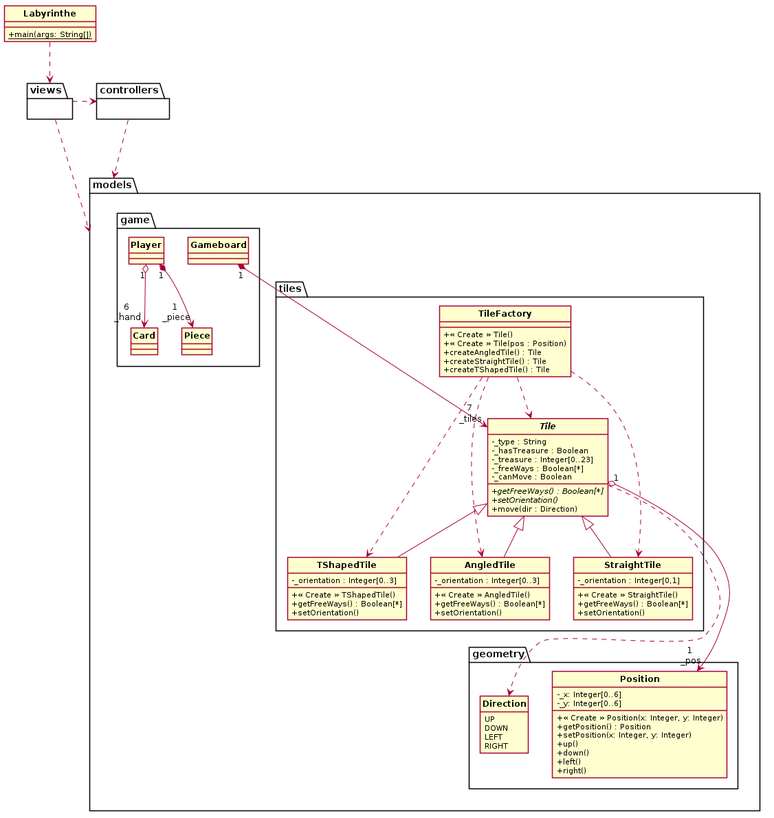
The PlantUML diagram uml/Labyrinthe.png in ElenaFri/labyrinthe, before a commit. Its source is kept beside it as uml/labyrinthe.puml.
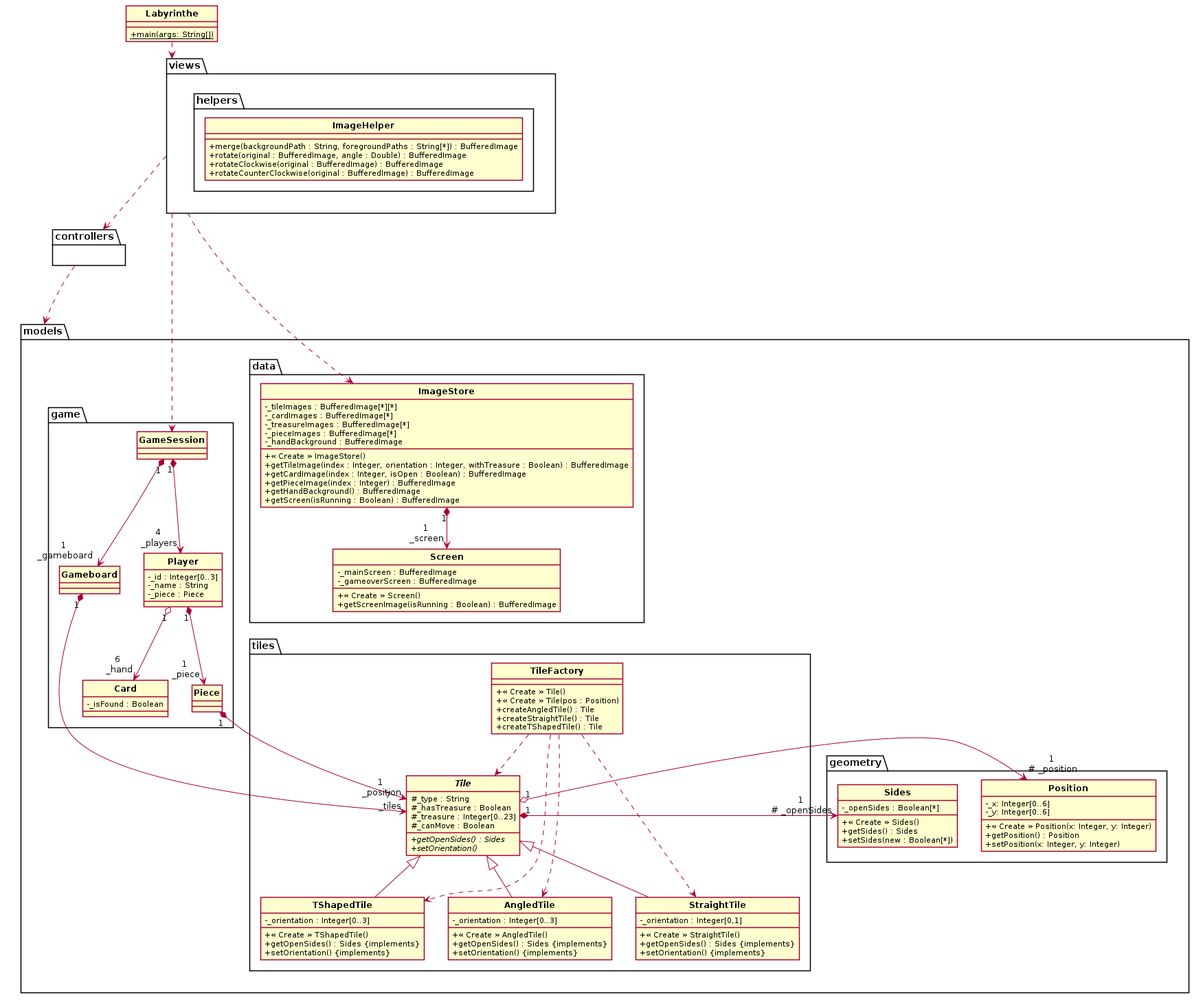
Above is the later version.

Commit message:
Nettoyé 'tiles' et 'geometry', reporté 'helpers', ajouté 'data', commentaires multiples

Change to the diagram source:
```diff
@@ -12,7 +12,14 @@
 
 package views
 {
-
+	package helpers {
+		class ImageHelper {
+			+ merge(backgroundPath : String, foregroundPaths : String[*]) : BufferedImage
+			+ rotate(original : BufferedImage, angle : Double) : BufferedImage
+			+ rotateClockwise(original : BufferedImage) : BufferedImage
+			+ rotateCounterClockwise(original : BufferedImage) : BufferedImage
+		}
+	}
 }
 
 package controllers
@@ -32,41 +39,39 @@
 		}
 
 		abstract class Tile {
-			- _type : String
-			- _hasTreasure : Boolean
-			- _treasure : Integer[0..23]
-			- _freeWays : Boolean[*]
-			- _canMove : Boolean
-			+ {abstract}getFreeWays() : Boolean[*]
+			# _type : String
+			# _hasTreasure : Boolean
+			# _treasure : Integer[0..23]
+			# _canMove : Boolean
+			+ {abstract}getOpenSides() : Sides
 			+ {abstract}setOrientation()
-			+ move(dir : Direction)
 		}
 		class AngledTile extends Tile {
 			- _orientation : Integer[0..3]
 			+ « Create » AngledTile()
-			+ getFreeWays() : Boolean[*]
-			+ setOrientation()
+			+ getOpenSides() : Sides {implements}
+			+ setOrientation() {implements}
 		}
 		class StraightTile extends Tile {
 			- _orientation : Integer[0,1]
 			+ « Create » StraightTile()
-			+ getFreeWays() : Boolean[*]
-			+ setOrientation()
+			+ getOpenSides() : Sides {implements}
+			+ setOrientation() {implements}
 		}
 		class TShapedTile extends Tile {
 			- _orientation : Integer[0..3]
 			+ « Create » TShapedTile()
-			+ getFreeWays() : Boolean[*]
-			+ setOrientation()
+			+ getOpenSides() : Sides {implements}
+			+ setOrientation() {implements}
 		}
 	}
 
 	package geometry {
-		enum Direction {
-			UP
-			DOWN
-			LEFT
-			RIGHT
+		class Sides {
+			- _openSides : Boolean[*]
+			+ « Create » Sides()
+			+ getSides() : Sides
+			+ setSides(new : Boolean[*])
 		}
 
 		class Position {
@@ -75,32 +80,64 @@
 			+ « Create » Position(x: Integer, y: Integer)
 			+ getPosition() : Position
 			+ setPosition(x: Integer, y: Integer)
-			+ up()
-			+ down()
-			+ left()
-			+ right()
 		}
 	}
 
 	package game {
+		class GameSession {}
 		class Gameboard {}
-		class Card {}
-		class Player {}
-		class Piece {}
+		class Card {
+			- _isFound : Boolean
+		}
+		class Player {
+			- _id : Integer[0..3]
+			- _name : String
+			- _piece : Piece
+		}
+		class Piece {
+		}
     }
+
+    package data {
+		class ImageStore {
+			- _tileImages : BufferedImage[*][*]
+			- _cardImages : BufferedImage[*]
+			- _treasureImages : BufferedImage[*]
+			- _pieceImages : BufferedImage[*]
+			- _handBackground : BufferedImage
+			+ « Create » ImageStore()
+			+ getTileImage(index : Integer, orientation : Integer, withTreasure : Boolean) : BufferedImage
+			+ getCardImage(index : Integer, isOpen : Boolean) : BufferedImage
+			+ getPieceImage(index : Integer) : BufferedImage
+			+ getHandBackground() : BufferedImage
+			+ getScreen(isRunning : Boolean) : BufferedImage
+		}
+
+		class Screen {
+			- _mainScreen : BufferedImage
+			- _gameoverScreen : BufferedImage
+			+ « Create » Screen()
+			+ getScreenImage(isRunning : Boolean) : BufferedImage
+		}
+	}
 }
 
 Labyrinthe ..> views
 controllers ...> models
-views ..> models
+views ....> ImageStore
+views ....> GameSession
 views .> controllers
 Gameboard "1" *---> "7\n _tiles" Tile
 Player "1" o--> "6\n _hand" Card
 Player "1" *--> "1\n _piece" Piece
-Tile "1" o---> "1\n _pos" Position
+Piece "1" *--> "1\n _position" Tile
+GameSession "1" *--> "4\n _players" Player
+GameSession "1" *--> "1\n _gameboard" Gameboard
+ImageStore "1" *--> "1\n _screen" Screen
+Tile "1" o-> "1\n # _position" Position
+Tile "1" *-> "1\n # _openSides" Sides
 TileFactory ..> AngledTile
 TileFactory ..> StraightTile
 TileFactory ..> TShapedTile
 TileFactory ..> Tile
-Tile ...> Direction
 @enduml
```
